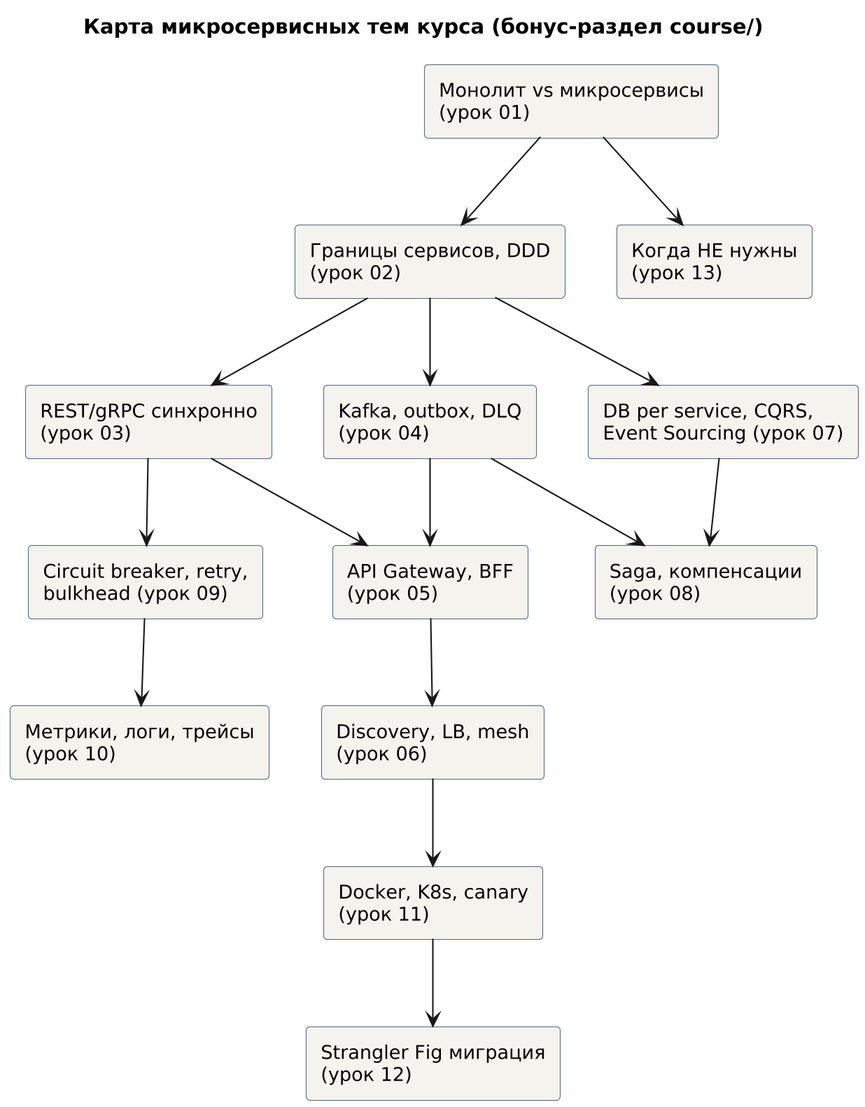
Above: images_fullstack/09_microservices_map.png in maedodo11/fullstack-system-analyst (PlantUML), before the change. Its source is kept beside it as puml_fullstack/09_microservices_map.puml.
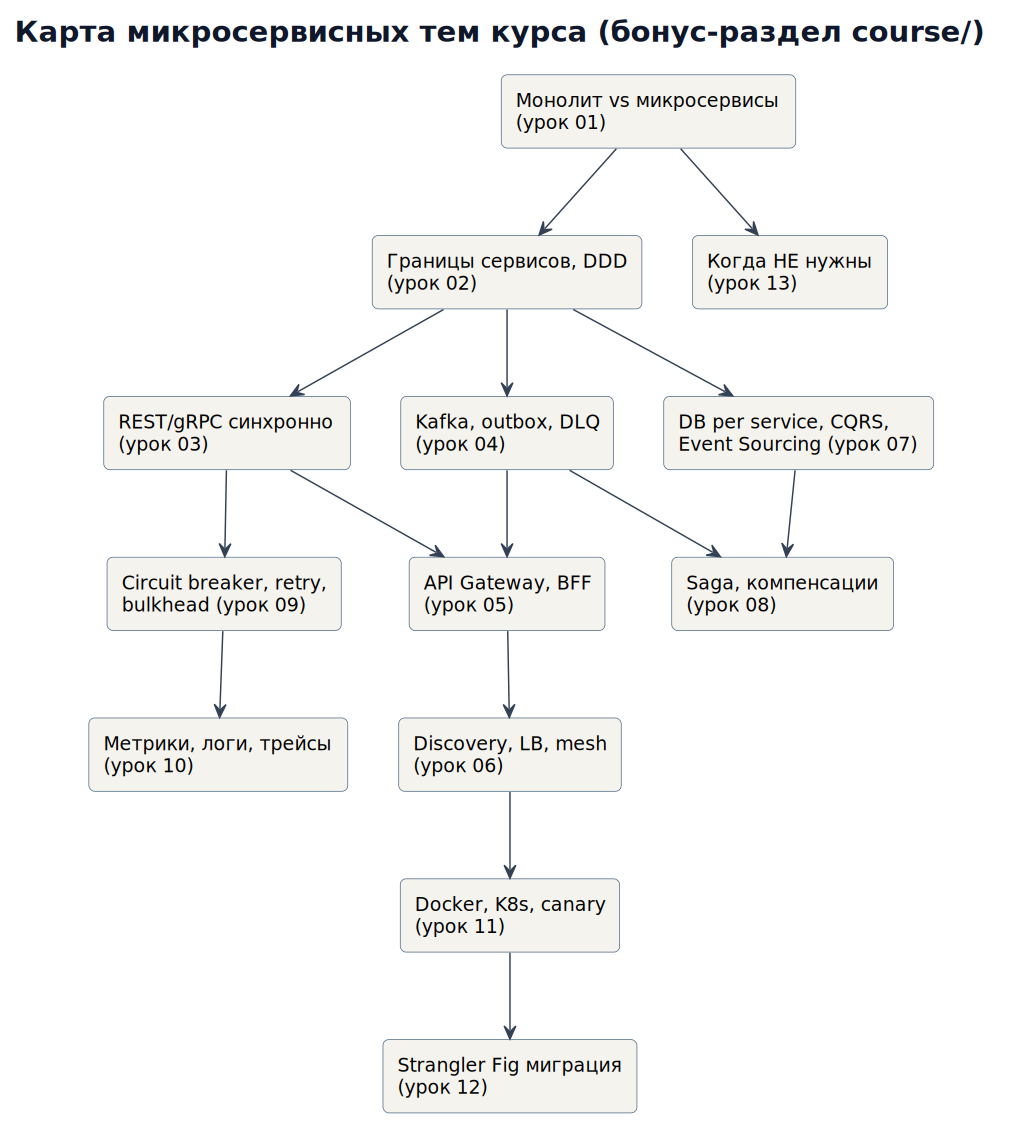
The same diagram one commit later.

The edit, as a diff of the source:
```diff
@@ -1,7 +1,15 @@
-@startuml
-!pragma layout smetana
+@startuml 09_microservices_map
 skinparam defaultFontName "DejaVu Sans"
-skinparam dpi 200
+skinparam defaultFontSize 14
+skinparam backgroundColor #FFFFFF
+skinparam shadowing false
+skinparam roundcorner 8
+skinparam ArrowColor #334155
+skinparam titleFontColor #0F172A
+skinparam titleFontSize 20
+skinparam noteBackgroundColor #FFF7ED
+skinparam noteBorderColor #D97706
+skinparam dpi 140
 skinparam rectangle {
   BackgroundColor #F5F3EE
   BorderColor #4A6785
```
